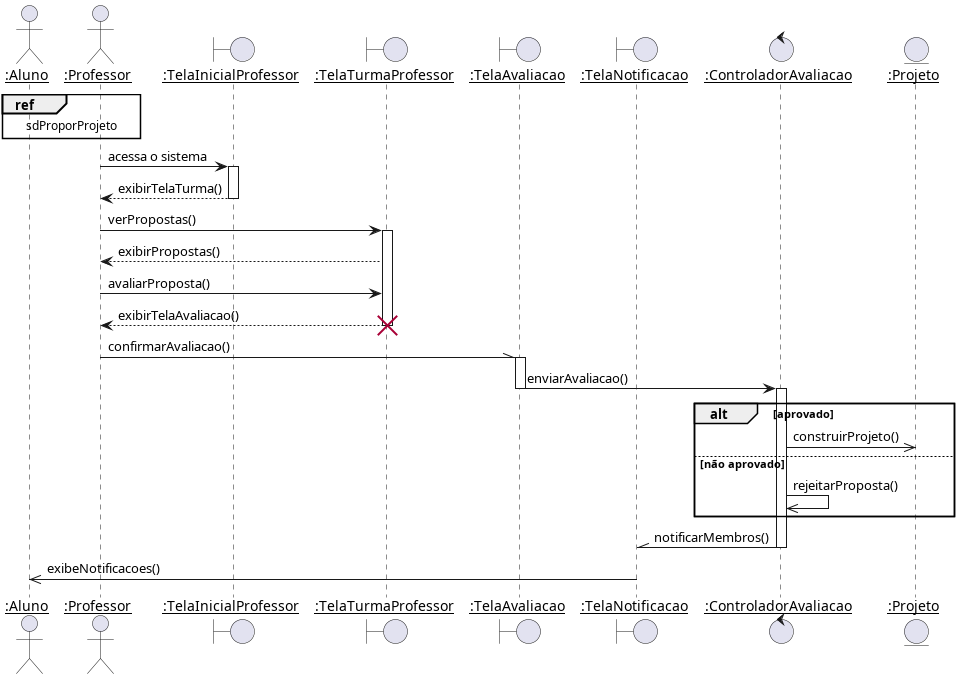
This is diagramas/sequencia/avaliar_proposta.png from Pedro-V/projetorium, a PlantUML export, as it was before one commit. Its diagram source:
```plantuml
@startuml
skinparam sequenceParticipant underline

actor ":Aluno" as Aluno
actor ":Professor" as Professor
boundary ":TelaInicialProfessor" as TelaInicialProfessor
boundary ":TelaTurmaProfessor" as TelaTurmaProfessor
boundary ":TelaAvaliacao" as TelaAvaliacao
boundary ":TelaNotificacao" as TelaNotificacao
control ":ControladorAvaliacao" as ControladorAvaliacao
entity ":Projeto" as Projeto

ref over Aluno, Professor : sdProporProjeto

Professor -> TelaInicialProfessor ++: acessa o sistema
TelaInicialProfessor --> Professor --: exibirTelaTurma()
Professor -> TelaTurmaProfessor  ++: verPropostas()
TelaTurmaProfessor --> Professor : exibirPropostas()
Professor -> TelaTurmaProfessor : avaliarProposta()
TelaTurmaProfessor --> Professor : exibirTelaAvaliacao()
destroy TelaTurmaProfessor

Professor -\\ TelaAvaliacao ++: confirmarAvaliacao()
TelaAvaliacao -> ControladorAvaliacao --++: enviarAvaliacao()
alt aprovado
  ControladorAvaliacao ->> Projeto : construirProjeto()
else não aprovado
  ControladorAvaliacao ->> ControladorAvaliacao : rejeitarProposta()
end
ControladorAvaliacao -\\ TelaNotificacao --: notificarMembros()
TelaNotificacao ->> Aluno --: exibeNotificacoes()
@enduml
```
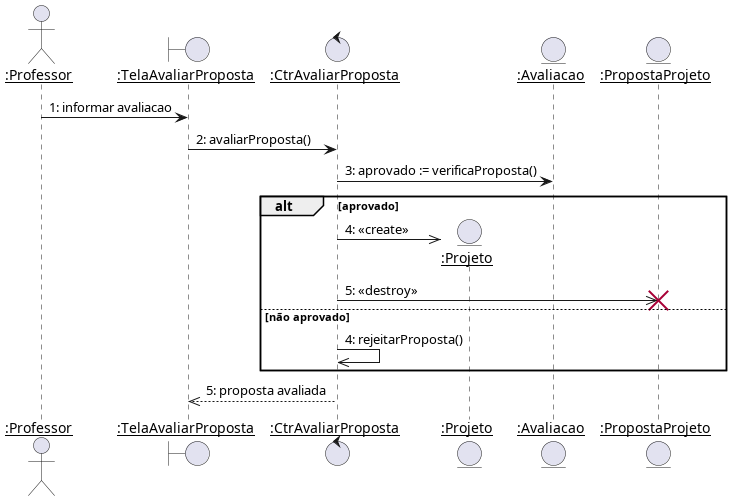
After the change.

The edit, as a diff of the source:
```diff
@@ -1,32 +1,21 @@
 @startuml
 skinparam sequenceParticipant underline
 
-actor ":Aluno" as Aluno
 actor ":Professor" as Professor
-boundary ":TelaInicialProfessor" as TelaInicialProfessor
-boundary ":TelaTurmaProfessor" as TelaTurmaProfessor
-boundary ":TelaAvaliacao" as TelaAvaliacao
-boundary ":TelaNotificacao" as TelaNotificacao
-control ":ControladorAvaliacao" as ControladorAvaliacao
+boundary ":TelaAvaliarProposta" as TelaAvaliarProposta
+control ":CtrAvaliarProposta" as CtrAvaliarProposta
 entity ":Projeto" as Projeto
+entity ":Avaliacao" as Avaliacao
+entity ":PropostaProjeto" as PropostaProjeto
 
-ref over Aluno, Professor : sdProporProjeto
-
-Professor -> TelaInicialProfessor ++: acessa o sistema
-TelaInicialProfessor --> Professor --: exibirTelaTurma()
-Professor -> TelaTurmaProfessor  ++: verPropostas()
-TelaTurmaProfessor --> Professor : exibirPropostas()
-Professor -> TelaTurmaProfessor : avaliarProposta()
-TelaTurmaProfessor --> Professor : exibirTelaAvaliacao()
-destroy TelaTurmaProfessor
-
-Professor -\\ TelaAvaliacao ++: confirmarAvaliacao()
-TelaAvaliacao -> ControladorAvaliacao --++: enviarAvaliacao()
+Professor -> TelaAvaliarProposta : 1: informar avaliacao
+TelaAvaliarProposta -> CtrAvaliarProposta : 2: avaliarProposta()
+CtrAvaliarProposta -> Avaliacao : 3: aprovado := verificaProposta()
 alt aprovado
-  ControladorAvaliacao ->> Projeto : construirProjeto()
+  CtrAvaliarProposta ->> Projeto ** : 4: <<create>>
+  CtrAvaliarProposta ->> PropostaProjeto !! : 5: <<destroy>>
 else não aprovado
-  ControladorAvaliacao ->> ControladorAvaliacao : rejeitarProposta()
+  CtrAvaliarProposta ->> CtrAvaliarProposta : 4: rejeitarProposta()
 end
-ControladorAvaliacao -\\ TelaNotificacao --: notificarMembros()
-TelaNotificacao ->> Aluno --: exibeNotificacoes()
+TelaAvaliarProposta <<-- CtrAvaliarProposta : 5: proposta avaliada
 @enduml
```
